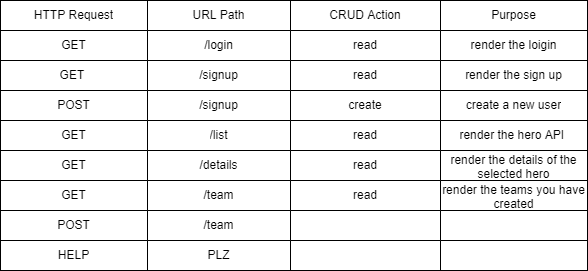
Above: img/routingChart.png in ASelviyan/Super-Hero (draw.io), before the change. Source tidied: cells renumbered, new cells last; positions are measured from the earlier drawing's top-left corner, leaving out a move shared by most shapes.
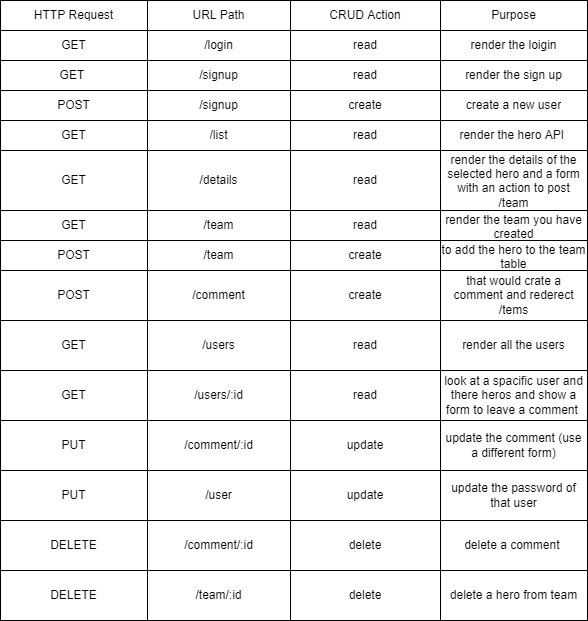
Above is the later version.

Diff of the diagram source:
```diff
@@ -3,7 +3,7 @@
     <mxCell id="0" />
     <mxCell id="1" parent="0" />
     <mxCell id="2" style="shape=table;html=1;whiteSpace=wrap;startSize=0;" parent="1" vertex="1">
-      <mxGeometry width="587" height="270" as="geometry" />
+      <mxGeometry width="587" height="620" as="geometry" />
     </mxCell>
     <mxCell id="3" style="shape=partialRectangle;html=1;whiteSpace=wrap;fillColor=none;top=0;left=0;bottom=0;right=0;" parent="2" vertex="1">
       <mxGeometry width="587" height="30" as="geometry" />
@@ -81,22 +81,22 @@
       <mxGeometry x="440" width="147" height="30" as="geometry" />
     </mxCell>
     <mxCell id="28" style="shape=partialRectangle;html=1;whiteSpace=wrap;fillColor=none;top=0;left=0;bottom=0;right=0;" parent="2" vertex="1">
-      <mxGeometry y="150" width="587" height="30" as="geometry" />
+      <mxGeometry y="150" width="587" height="60" as="geometry" />
     </mxCell>
     <mxCell id="29" value="GET" style="shape=partialRectangle;html=1;whiteSpace=wrap;fillColor=none;top=0;left=0;bottom=0;right=0;overflow=hidden;" parent="28" vertex="1">
-      <mxGeometry width="147" height="30" as="geometry" />
+      <mxGeometry width="147" height="60" as="geometry" />
     </mxCell>
     <mxCell id="30" value="/details" style="shape=partialRectangle;html=1;whiteSpace=wrap;fillColor=none;top=0;left=0;bottom=0;right=0;overflow=hidden;" parent="28" vertex="1">
-      <mxGeometry x="147" width="143" height="30" as="geometry" />
+      <mxGeometry x="147" width="143" height="60" as="geometry" />
     </mxCell>
     <mxCell id="31" value="read" style="shape=partialRectangle;html=1;whiteSpace=wrap;fillColor=none;top=0;left=0;bottom=0;right=0;overflow=hidden;" parent="28" vertex="1">
-      <mxGeometry x="290" width="150" height="30" as="geometry" />
+      <mxGeometry x="290" width="150" height="60" as="geometry" />
     </mxCell>
-    <mxCell id="32" value="render the details of the selected hero" style="shape=partialRectangle;html=1;whiteSpace=wrap;fillColor=none;top=0;left=0;bottom=0;right=0;overflow=hidden;" parent="28" vertex="1">
-      <mxGeometry x="440" width="147" height="30" as="geometry" />
+    <mxCell id="32" value="render the details of the selected hero and a form with an action to post /team" style="shape=partialRectangle;html=1;whiteSpace=wrap;fillColor=none;top=0;left=0;bottom=0;right=0;overflow=hidden;" parent="28" vertex="1">
+      <mxGeometry x="440" width="147" height="60" as="geometry" />
     </mxCell>
     <mxCell id="33" style="shape=partialRectangle;html=1;whiteSpace=wrap;fillColor=none;top=0;left=0;bottom=0;right=0;" parent="2" vertex="1">
-      <mxGeometry y="180" width="587" height="30" as="geometry" />
+      <mxGeometry y="210" width="587" height="30" as="geometry" />
     </mxCell>
     <mxCell id="34" value="GET" style="shape=partialRectangle;html=1;whiteSpace=wrap;fillColor=none;top=0;left=0;bottom=0;right=0;overflow=hidden;" parent="33" vertex="1">
       <mxGeometry width="147" height="30" as="geometry" />
@@ -107,11 +107,11 @@
     <mxCell id="36" value="read" style="shape=partialRectangle;html=1;whiteSpace=wrap;fillColor=none;top=0;left=0;bottom=0;right=0;overflow=hidden;" parent="33" vertex="1">
       <mxGeometry x="290" width="150" height="30" as="geometry" />
     </mxCell>
-    <mxCell id="37" value="render the teams you have created" style="shape=partialRectangle;html=1;whiteSpace=wrap;fillColor=none;top=0;left=0;bottom=0;right=0;overflow=hidden;" parent="33" vertex="1">
+    <mxCell id="37" value="render the team you have created" style="shape=partialRectangle;html=1;whiteSpace=wrap;fillColor=none;top=0;left=0;bottom=0;right=0;overflow=hidden;" parent="33" vertex="1">
       <mxGeometry x="440" width="147" height="30" as="geometry" />
     </mxCell>
     <mxCell id="38" style="shape=partialRectangle;html=1;whiteSpace=wrap;fillColor=none;top=0;left=0;bottom=0;right=0;" parent="2" vertex="1">
-      <mxGeometry y="210" width="587" height="30" as="geometry" />
+      <mxGeometry y="240" width="587" height="30" as="geometry" />
     </mxCell>
     <mxCell id="39" value="POST" style="shape=partialRectangle;html=1;whiteSpace=wrap;fillColor=none;top=0;left=0;bottom=0;right=0;overflow=hidden;" parent="38" vertex="1">
       <mxGeometry width="147" height="30" as="geometry" />
@@ -119,26 +119,116 @@
     <mxCell id="40" value="/team" style="shape=partialRectangle;html=1;whiteSpace=wrap;fillColor=none;top=0;left=0;bottom=0;right=0;overflow=hidden;" parent="38" vertex="1">
       <mxGeometry x="147" width="143" height="30" as="geometry" />
     </mxCell>
-    <mxCell id="41" style="shape=partialRectangle;html=1;whiteSpace=wrap;fillColor=none;top=0;left=0;bottom=0;right=0;overflow=hidden;" parent="38" vertex="1">
+    <mxCell id="41" value="create" style="shape=partialRectangle;html=1;whiteSpace=wrap;fillColor=none;top=0;left=0;bottom=0;right=0;overflow=hidden;" parent="38" vertex="1">
       <mxGeometry x="290" width="150" height="30" as="geometry" />
     </mxCell>
-    <mxCell id="42" style="shape=partialRectangle;html=1;whiteSpace=wrap;fillColor=none;top=0;left=0;bottom=0;right=0;overflow=hidden;" parent="38" vertex="1">
+    <mxCell id="42" value="to add the hero to the team table" style="shape=partialRectangle;html=1;whiteSpace=wrap;fillColor=none;top=0;left=0;bottom=0;right=0;overflow=hidden;" parent="38" vertex="1">
       <mxGeometry x="440" width="147" height="30" as="geometry" />
     </mxCell>
     <mxCell id="43" style="shape=partialRectangle;html=1;whiteSpace=wrap;fillColor=none;top=0;left=0;bottom=0;right=0;" parent="2" vertex="1">
-      <mxGeometry y="240" width="587" height="30" as="geometry" />
+      <mxGeometry y="270" width="587" height="50" as="geometry" />
     </mxCell>
-    <mxCell id="44" value="HELP" style="shape=partialRectangle;html=1;whiteSpace=wrap;fillColor=none;top=0;left=0;bottom=0;right=0;overflow=hidden;" parent="43" vertex="1">
-      <mxGeometry width="147" height="30" as="geometry" />
+    <mxCell id="44" value="POST" style="shape=partialRectangle;html=1;whiteSpace=wrap;fillColor=none;top=0;left=0;bottom=0;right=0;overflow=hidden;" parent="43" vertex="1">
+      <mxGeometry width="147" height="50" as="geometry" />
     </mxCell>
-    <mxCell id="45" value="PLZ" style="shape=partialRectangle;html=1;whiteSpace=wrap;fillColor=none;top=0;left=0;bottom=0;right=0;overflow=hidden;" parent="43" vertex="1">
-      <mxGeometry x="147" width="143" height="30" as="geometry" />
+    <mxCell id="45" value="/comment" style="shape=partialRectangle;html=1;whiteSpace=wrap;fillColor=none;top=0;left=0;bottom=0;right=0;overflow=hidden;" parent="43" vertex="1">
+      <mxGeometry x="147" width="143" height="50" as="geometry" />
     </mxCell>
-    <mxCell id="46" style="shape=partialRectangle;html=1;whiteSpace=wrap;fillColor=none;top=0;left=0;bottom=0;right=0;overflow=hidden;" parent="43" vertex="1">
-      <mxGeometry x="290" width="150" height="30" as="geometry" />
+    <mxCell id="46" value="create" style="shape=partialRectangle;html=1;whiteSpace=wrap;fillColor=none;top=0;left=0;bottom=0;right=0;overflow=hidden;" parent="43" vertex="1">
+      <mxGeometry x="290" width="150" height="50" as="geometry" />
     </mxCell>
-    <mxCell id="47" style="shape=partialRectangle;html=1;whiteSpace=wrap;fillColor=none;top=0;left=0;bottom=0;right=0;overflow=hidden;" parent="43" vertex="1">
-      <mxGeometry x="440" width="147" height="30" as="geometry" />
+    <mxCell id="47" value="that would crate a comment and rederect /tems" style="shape=partialRectangle;html=1;whiteSpace=wrap;fillColor=none;top=0;left=0;bottom=0;right=0;overflow=hidden;" parent="43" vertex="1">
+      <mxGeometry x="440" width="147" height="50" as="geometry" />
     </mxCell>
+    <mxCell id="48" style="shape=partialRectangle;html=1;whiteSpace=wrap;fillColor=none;top=0;left=0;bottom=0;right=0;" parent="2" vertex="1">
+      <mxGeometry y="320" width="587" height="50" as="geometry" />
+    </mxCell>
+    <mxCell id="49" value="GET" style="shape=partialRectangle;html=1;whiteSpace=wrap;fillColor=none;top=0;left=0;bottom=0;right=0;overflow=hidden;" parent="48" vertex="1">
+      <mxGeometry width="147" height="50" as="geometry" />
+    </mxCell>
+    <mxCell id="50" value="/users" style="shape=partialRectangle;html=1;whiteSpace=wrap;fillColor=none;top=0;left=0;bottom=0;right=0;overflow=hidden;" parent="48" vertex="1">
+      <mxGeometry x="147" width="143" height="50" as="geometry" />
+    </mxCell>
+    <mxCell id="51" value="read" style="shape=partialRectangle;html=1;whiteSpace=wrap;fillColor=none;top=0;left=0;bottom=0;right=0;overflow=hidden;" parent="48" vertex="1">
+      <mxGeometry x="290" width="150" height="50" as="geometry" />
+    </mxCell>
+    <mxCell id="52" value="render all the users" style="shape=partialRectangle;html=1;whiteSpace=wrap;fillColor=none;top=0;left=0;bottom=0;right=0;overflow=hidden;" parent="48" vertex="1">
+      <mxGeometry x="440" width="147" height="50" as="geometry" />
+    </mxCell>
+    <mxCell id="53" style="shape=partialRectangle;html=1;whiteSpace=wrap;fillColor=none;top=0;left=0;bottom=0;right=0;" parent="2" vertex="1">
+      <mxGeometry y="370" width="587" height="50" as="geometry" />
+    </mxCell>
+    <mxCell id="54" value="GET" style="shape=partialRectangle;html=1;whiteSpace=wrap;fillColor=none;top=0;left=0;bottom=0;right=0;overflow=hidden;" parent="53" vertex="1">
+      <mxGeometry width="147" height="50" as="geometry" />
+    </mxCell>
+    <mxCell id="55" value="/users/:id" style="shape=partialRectangle;html=1;whiteSpace=wrap;fillColor=none;top=0;left=0;bottom=0;right=0;overflow=hidden;" parent="53" vertex="1">
+      <mxGeometry x="147" width="143" height="50" as="geometry" />
+    </mxCell>
+    <mxCell id="56" value="read" style="shape=partialRectangle;html=1;whiteSpace=wrap;fillColor=none;top=0;left=0;bottom=0;right=0;overflow=hidden;" parent="53" vertex="1">
+      <mxGeometry x="290" width="150" height="50" as="geometry" />
+    </mxCell>
+    <mxCell id="57" value="look at a spacific user and there heros and show a form to leave a comment&amp;nbsp;" style="shape=partialRectangle;html=1;whiteSpace=wrap;fillColor=none;top=0;left=0;bottom=0;right=0;overflow=hidden;" parent="53" vertex="1">
+      <mxGeometry x="440" width="147" height="50" as="geometry" />
+    </mxCell>
+    <mxCell id="58" style="shape=partialRectangle;html=1;whiteSpace=wrap;fillColor=none;top=0;left=0;bottom=0;right=0;" parent="2" vertex="1">
+      <mxGeometry y="420" width="587" height="50" as="geometry" />
+    </mxCell>
+    <mxCell id="59" value="PUT" style="shape=partialRectangle;html=1;whiteSpace=wrap;fillColor=none;top=0;left=0;bottom=0;right=0;overflow=hidden;" parent="58" vertex="1">
+      <mxGeometry width="147" height="50" as="geometry" />
+    </mxCell>
+    <mxCell id="60" value="/comment/:id" style="shape=partialRectangle;html=1;whiteSpace=wrap;fillColor=none;top=0;left=0;bottom=0;right=0;overflow=hidden;" parent="58" vertex="1">
+      <mxGeometry x="147" width="143" height="50" as="geometry" />
+    </mxCell>
+    <mxCell id="61" value="update" style="shape=partialRectangle;html=1;whiteSpace=wrap;fillColor=none;top=0;left=0;bottom=0;right=0;overflow=hidden;" parent="58" vertex="1">
+      <mxGeometry x="290" width="150" height="50" as="geometry" />
+    </mxCell>
+    <mxCell id="62" value="update the comment (use a different form)" style="shape=partialRectangle;html=1;whiteSpace=wrap;fillColor=none;top=0;left=0;bottom=0;right=0;overflow=hidden;" parent="58" vertex="1">
+      <mxGeometry x="440" width="147" height="50" as="geometry" />
+    </mxCell>
+    <mxCell id="63" style="shape=partialRectangle;html=1;whiteSpace=wrap;fillColor=none;top=0;left=0;bottom=0;right=0;" parent="2" vertex="1">
+      <mxGeometry y="470" width="587" height="50" as="geometry" />
+    </mxCell>
+    <mxCell id="64" value="PUT" style="shape=partialRectangle;html=1;whiteSpace=wrap;fillColor=none;top=0;left=0;bottom=0;right=0;overflow=hidden;" parent="63" vertex="1">
+      <mxGeometry width="147" height="50" as="geometry" />
+    </mxCell>
+    <mxCell id="65" value="/user" style="shape=partialRectangle;html=1;whiteSpace=wrap;fillColor=none;top=0;left=0;bottom=0;right=0;overflow=hidden;" parent="63" vertex="1">
+      <mxGeometry x="147" width="143" height="50" as="geometry" />
+    </mxCell>
+    <mxCell id="66" value="update" style="shape=partialRectangle;html=1;whiteSpace=wrap;fillColor=none;top=0;left=0;bottom=0;right=0;overflow=hidden;" parent="63" vertex="1">
+      <mxGeometry x="290" width="150" height="50" as="geometry" />
+    </mxCell>
+    <mxCell id="67" value="update the password of that user" style="shape=partialRectangle;html=1;whiteSpace=wrap;fillColor=none;top=0;left=0;bottom=0;right=0;overflow=hidden;" parent="63" vertex="1">
+      <mxGeometry x="440" width="147" height="50" as="geometry" />
+    </mxCell>
+    <mxCell id="68" style="shape=partialRectangle;html=1;whiteSpace=wrap;fillColor=none;top=0;left=0;bottom=0;right=0;" parent="2" vertex="1">
+      <mxGeometry y="520" width="587" height="50" as="geometry" />
+    </mxCell>
+    <mxCell id="69" value="DELETE" style="shape=partialRectangle;html=1;whiteSpace=wrap;fillColor=none;top=0;left=0;bottom=0;right=0;overflow=hidden;" parent="68" vertex="1">
+      <mxGeometry width="147" height="50" as="geometry" />
+    </mxCell>
+    <mxCell id="70" value="/comment/:id" style="shape=partialRectangle;html=1;whiteSpace=wrap;fillColor=none;top=0;left=0;bottom=0;right=0;overflow=hidden;" parent="68" vertex="1">
+      <mxGeometry x="147" width="143" height="50" as="geometry" />
+    </mxCell>
+    <mxCell id="71" value="delete" style="shape=partialRectangle;html=1;whiteSpace=wrap;fillColor=none;top=0;left=0;bottom=0;right=0;overflow=hidden;" parent="68" vertex="1">
+      <mxGeometry x="290" width="150" height="50" as="geometry" />
+    </mxCell>
+    <mxCell id="72" value="delete a comment&amp;nbsp;" style="shape=partialRectangle;html=1;whiteSpace=wrap;fillColor=none;top=0;left=0;bottom=0;right=0;overflow=hidden;" parent="68" vertex="1">
+      <mxGeometry x="440" width="147" height="50" as="geometry" />
+    </mxCell>
+    <mxCell id="73" style="shape=partialRectangle;html=1;whiteSpace=wrap;fillColor=none;top=0;left=0;bottom=0;right=0;" parent="2" vertex="1">
+      <mxGeometry y="570" width="587" height="50" as="geometry" />
+    </mxCell>
+    <mxCell id="74" value="DELETE" style="shape=partialRectangle;html=1;whiteSpace=wrap;fillColor=none;top=0;left=0;bottom=0;right=0;overflow=hidden;" parent="73" vertex="1">
+      <mxGeometry width="147" height="50" as="geometry" />
+    </mxCell>
+    <mxCell id="75" value="/team/:id" style="shape=partialRectangle;html=1;whiteSpace=wrap;fillColor=none;top=0;left=0;bottom=0;right=0;overflow=hidden;" parent="73" vertex="1">
+      <mxGeometry x="147" width="143" height="50" as="geometry" />
+    </mxCell>
+    <mxCell id="76" value="delete" style="shape=partialRectangle;html=1;whiteSpace=wrap;fillColor=none;top=0;left=0;bottom=0;right=0;overflow=hidden;" parent="73" vertex="1">
+      <mxGeometry x="290" width="150" height="50" as="geometry" />
+    </mxCell>
+    <mxCell id="77" value="delete a hero from team" style="shape=partialRectangle;html=1;whiteSpace=wrap;fillColor=none;top=0;left=0;bottom=0;right=0;overflow=hidden;" parent="73" vertex="1">
+      <mxGeometry x="440" width="147" height="50" as="geometry" />
+    </mxCell>
   </root>
 </mxGraphModel>
```
